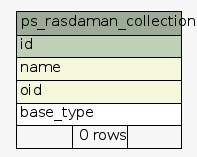
Earlier version of the Graphviz export manuals_and_examples/manuals/doc-petascope/dbschema/schema/diagrams/summary/ps_rasdaman_collection.1degree.png (kalxas/rasdaman). Its source is kept beside it as manuals_and_examples/manuals/doc-petascope/dbschema/schema/diagrams/summary/ps_rasdaman_collection.1degree.dot.
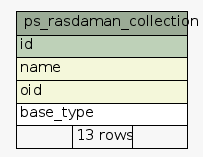
Above is the later version.

Diff of the diagram source:
```diff
@@ -23,7 +23,7 @@
       <TR><TD PORT="name" COLSPAN="3" BGCOLOR="#f4f7da" ALIGN="LEFT">name</TD></TR>
       <TR><TD PORT="oid" COLSPAN="3" BGCOLOR="#f4f7da" ALIGN="LEFT">oid</TD></TR>
       <TR><TD PORT="base_type" COLSPAN="3" ALIGN="LEFT">base_type</TD></TR>
-      <TR><TD ALIGN="LEFT" BGCOLOR="#f7f7f7">  </TD><TD ALIGN="RIGHT" BGCOLOR="#f7f7f7">0 rows</TD><TD ALIGN="RIGHT" BGCOLOR="#f7f7f7">  </TD></TR>
+      <TR><TD ALIGN="LEFT" BGCOLOR="#f7f7f7">  </TD><TD ALIGN="RIGHT" BGCOLOR="#f7f7f7">13 rows</TD><TD ALIGN="RIGHT" BGCOLOR="#f7f7f7">  </TD></TR>
     </TABLE>>
     URL="tables/ps_rasdaman_collection.html"
     tooltip="ps_rasdaman_collection"
```
